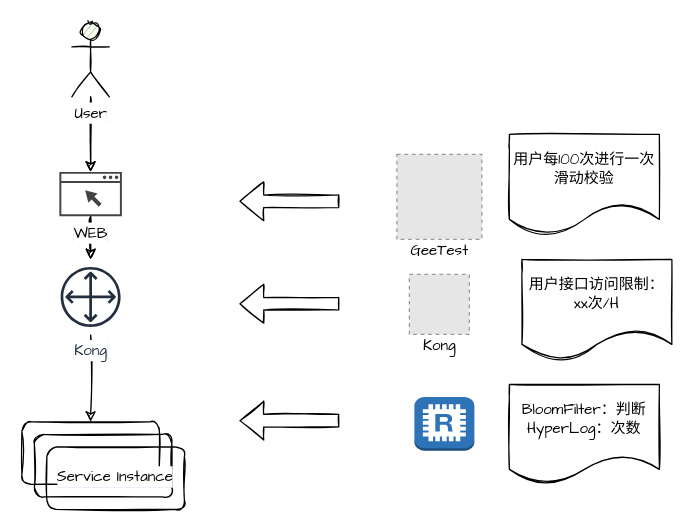
yindongjun/gangzhang.github.io keeps this draw.io diagram as page "3Level Protection" (1 of 2) of CopeTree Protection.drawio. Above is the earlier version. Source tidied: cells renumbered, new cells numbered last; positions are measured from the earlier drawing's top-left corner, leaving out a move shared by most shapes. Both pictures are drawn from the tidied source at 125%, with x=0, y=0 at pixel (21, 21). Pictures stored in the file or linked from it are replaced by grey dashed boxes.
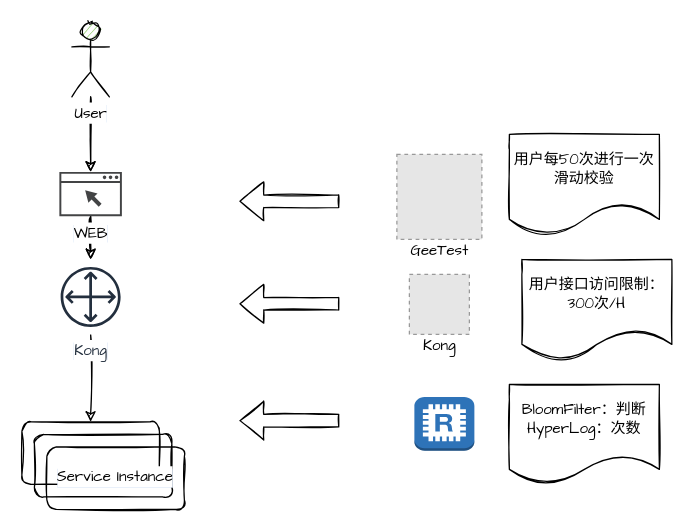
After the change.

Diff of the diagram source:
```diff
@@
-    <mxCell id="20" value="用户每100次进行一次滑动校验" style="shape=document;whiteSpace=wrap;html=1;boundedLbl=1;labelBackgroundColor=#FFFFFF;sketch=1;fontFamily=Comic Sans MS;fillColor=none;" parent="1" vertex="1">
+    <mxCell id="20" value="用户每50次进行一次滑动校验" style="shape=document;whiteSpace=wrap;html=1;boundedLbl=1;labelBackgroundColor=#FFFFFF;sketch=1;fontFamily=Comic Sans MS;fillColor=none;" parent="1" vertex="1">
       <mxGeometry x="390" y="90" width="120" height="80" as="geometry" />
     </mxCell>
-    <mxCell id="21" value="用户接口访问限制：&lt;br&gt;xx次/H" style="shape=document;whiteSpace=wrap;html=1;boundedLbl=1;labelBackgroundColor=#FFFFFF;sketch=1;fontFamily=Comic Sans MS;fillColor=none;" parent="1" vertex="1">
+    <mxCell id="21" value="用户接口访问限制：&lt;br&gt;300次/H" style="shape=document;whiteSpace=wrap;html=1;boundedLbl=1;labelBackgroundColor=#FFFFFF;sketch=1;fontFamily=Comic Sans MS;fillColor=none;" parent="1" vertex="1">
       <mxGeometry x="400" y="190" width="120" height="80" as="geometry" />
     </mxCell>
```
